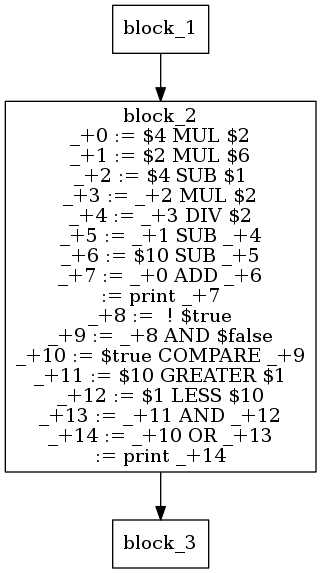
Before: assignment_3/ir.png, a diagram exported from Graphviz (DahVoid/DV1655). Its source is kept beside it as assignment_3/ir.dot.
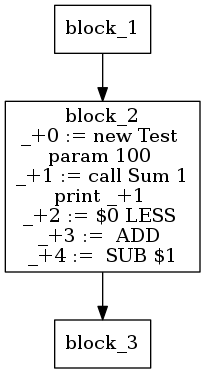
The same diagram one commit later.

Commit message:
MEMBER SELECTION FUNCTION CALL

Change to the diagram source:
```diff
@@ -4,23 +4,13 @@
 "];
 block_1 -> block_2;
 block_2 [label="block_2
-_+0 := $4 MUL $2
-_+1 := $2 MUL $6
-_+2 := $4 SUB $1
-_+3 := _+2 MUL $2
-_+4 := _+3 DIV $2
-_+5 := _+1 SUB _+4
-_+6 := $10 SUB _+5
-_+7 := _+0 ADD _+6
- := print _+7
-_+8 :=  ! $true
-_+9 := _+8 AND $false
-_+10 := $true COMPARE _+9
-_+11 := $10 GREATER $1
-_+12 := $1 LESS $10
-_+13 := _+11 AND _+12
-_+14 := _+10 OR _+13
- := print _+14
+_+0 := new Test
+param 100
+_+1 := call Sum 1
+print _+1
+_+2 := $0 LESS
+_+3 :=  ADD
+_+4 :=  SUB $1
 "];
 block_3[label = "block_3"]
 block_2 -> block_3;
```
